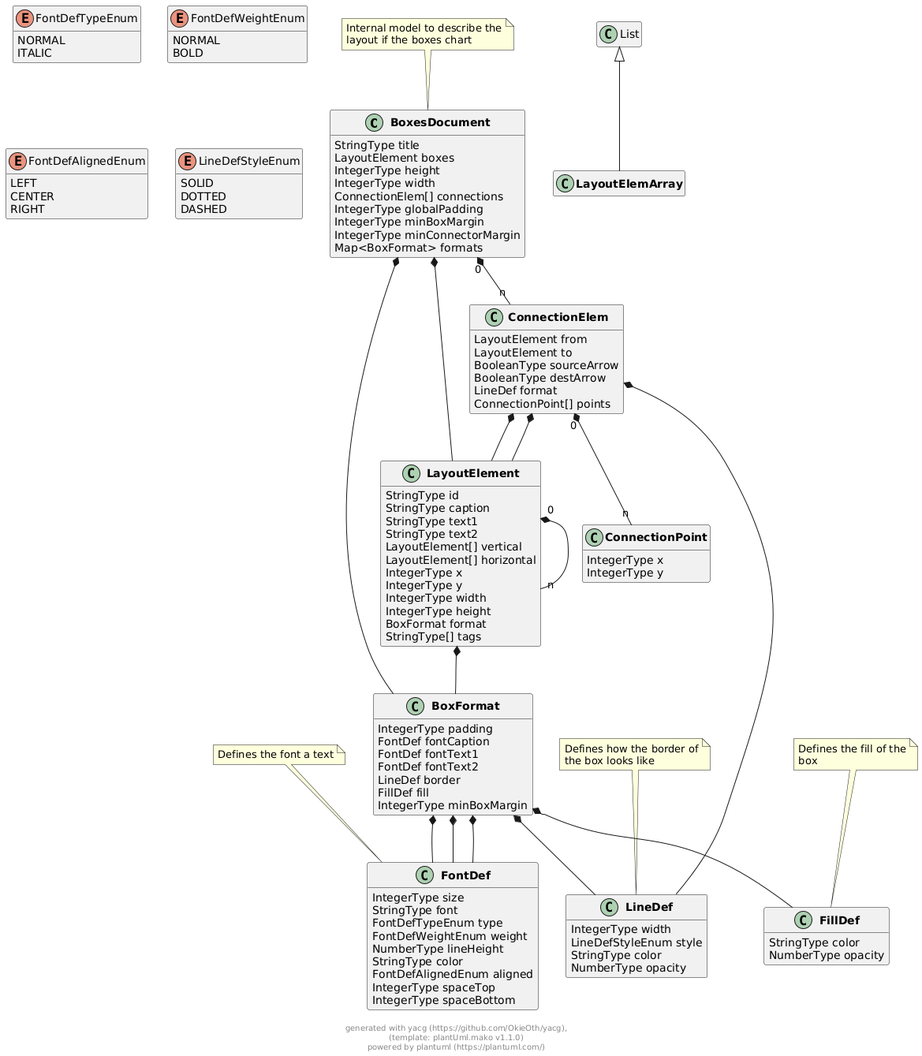
OkieOth/draw.chart.things keeps this PlantUML diagram as docs/models/png/boxes_document.png. Above is the earlier version.
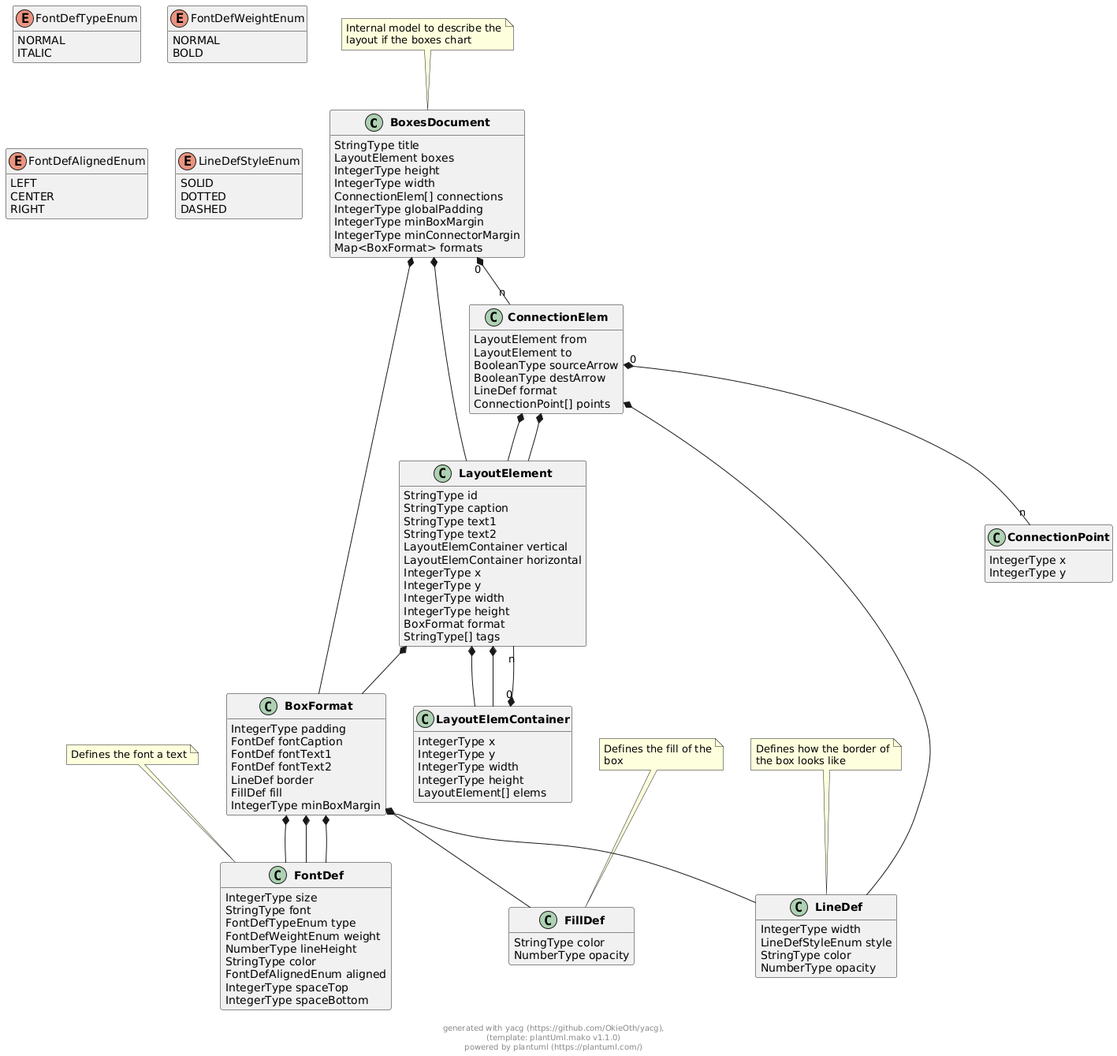
Above is the later version.

Change to the diagram source:
```diff
@@ -23,8 +23,8 @@
         StringType caption
         StringType text1
         StringType text2
-        LayoutElement[] vertical
-        LayoutElement[] horizontal
+        LayoutElemContainer vertical
+        LayoutElemContainer horizontal
         IntegerType x
         IntegerType y
         IntegerType width
@@ -59,8 +59,15 @@
 
 
 
-class "**LayoutElemArray**" as LayoutElemArray extends List {
+class "**LayoutElemContainer**" as LayoutElemContainer {
+        IntegerType x
+        IntegerType y
+        IntegerType width
+        IntegerType height
+        LayoutElement[] elems
 }
+
+
 
 class "**ConnectionPoint**" as ConnectionPoint {
         IntegerType x
@@ -143,8 +150,9 @@
 
 
 
-LayoutElement "0" *-- "n" LayoutElement
+LayoutElement  *--  LayoutElemContainer
 
+LayoutElement  *--  LayoutElemContainer
 
 
 
@@ -183,6 +191,12 @@
 
 
 
+LayoutElemContainer "0" *-- "n" LayoutElement
+
+
+
+
+
 
 
 
```
